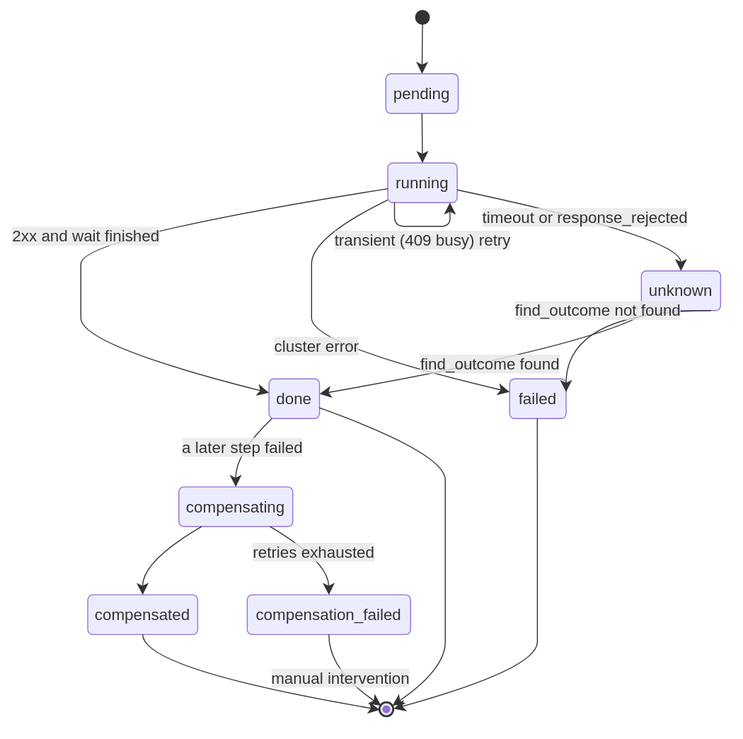
Above: docs/dr/diagrams/10-state-step.drawio.svg in EliShteinman/redis-enterprise-services (draw.io), before the change. Source tidied: cells renumbered, new cells last; positions are measured from the earlier drawing's top-left corner, leaving out a move shared by most shapes.
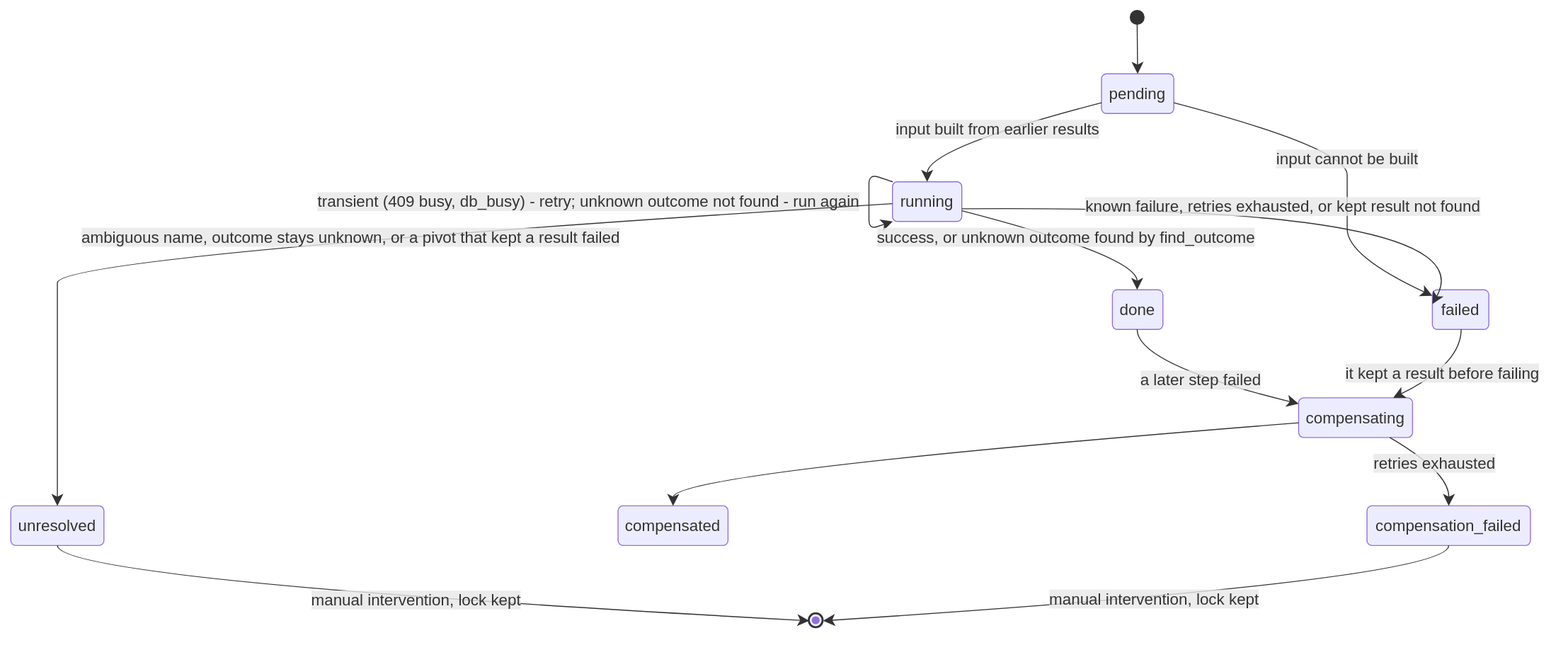
The same diagram one commit later.

Commit message:
docs(dr): components, classes, step and saga lifecycles redrawn from the built engine; step lifecycle source in saga.md matches the code

Change to the diagram source:
```diff
@@ -3,145 +3,129 @@
     <mxCell id="0" />
     <mxCell id="1" parent="0" />
     <mxCell id="2" style="ellipse;html=1;fillColor=light-dark(#333333,#cccccc);strokeColor=light-dark(#333333,#cccccc);fontColor=light-dark(#333333,#cccccc);fontFamily=Trebuchet MS,Verdana,Arial,sans-serif;fontSize=16;" parent="1" vertex="1">
-      <mxGeometry x="338" width="14" height="14" as="geometry" />
+      <mxGeometry x="1265" width="14" height="14" as="geometry" />
     </mxCell>
     <mxCell id="3" value="pending" style="rounded=1;absoluteArcSize=1;arcSize=10;html=1;whiteSpace=wrap;strokeWidth=1;fillColor=light-dark(#ECECFF,#1f2020);strokeColor=light-dark(#9370DB,#cccccc);fontColor=light-dark(#333333,#cccccc);fontFamily=Trebuchet MS,Verdana,Arial,sans-serif;fontSize=16;" parent="1" vertex="1">
-      <mxGeometry x="308" y="64" width="73" height="40" as="geometry" />
+      <mxGeometry x="1236" y="64" width="73" height="40" as="geometry" />
     </mxCell>
     <mxCell id="4" value="running" style="rounded=1;absoluteArcSize=1;arcSize=10;html=1;whiteSpace=wrap;strokeWidth=1;fillColor=light-dark(#ECECFF,#1f2020);strokeColor=light-dark(#9370DB,#cccccc);fontColor=light-dark(#333333,#cccccc);fontFamily=Trebuchet MS,Verdana,Arial,sans-serif;fontSize=16;" parent="1" vertex="1">
-      <mxGeometry x="310" y="154" width="70" height="40" as="geometry" />
+      <mxGeometry x="1025" y="173" width="70" height="40" as="geometry" />
     </mxCell>
-    <mxCell id="5" value="done" style="rounded=1;absoluteArcSize=1;arcSize=10;html=1;whiteSpace=wrap;strokeWidth=1;fillColor=light-dark(#ECECFF,#1f2020);strokeColor=light-dark(#9370DB,#cccccc);fontColor=light-dark(#333333,#cccccc);fontFamily=Trebuchet MS,Verdana,Arial,sans-serif;fontSize=16;" parent="1" vertex="1">
-      <mxGeometry x="190" y="372" width="51" height="40" as="geometry" />
+    <mxCell id="5" value="failed" style="rounded=1;absoluteArcSize=1;arcSize=10;html=1;whiteSpace=wrap;strokeWidth=1;fillColor=light-dark(#ECECFF,#1f2020);strokeColor=light-dark(#9370DB,#cccccc);fontColor=light-dark(#333333,#cccccc);fontFamily=Trebuchet MS,Verdana,Arial,sans-serif;fontSize=16;" parent="1" vertex="1">
+      <mxGeometry x="1570" y="282" width="57" height="40" as="geometry" />
     </mxCell>
-    <mxCell id="6" value="failed" style="rounded=1;absoluteArcSize=1;arcSize=10;html=1;whiteSpace=wrap;strokeWidth=1;fillColor=light-dark(#ECECFF,#1f2020);strokeColor=light-dark(#9370DB,#cccccc);fontColor=light-dark(#333333,#cccccc);fontFamily=Trebuchet MS,Verdana,Arial,sans-serif;fontSize=16;" parent="1" vertex="1">
-      <mxGeometry x="433" y="372" width="57" height="40" as="geometry" />
+    <mxCell id="6" value="done" style="rounded=1;absoluteArcSize=1;arcSize=10;html=1;whiteSpace=wrap;strokeWidth=1;fillColor=light-dark(#ECECFF,#1f2020);strokeColor=light-dark(#9370DB,#cccccc);fontColor=light-dark(#333333,#cccccc);fontFamily=Trebuchet MS,Verdana,Arial,sans-serif;fontSize=16;" parent="1" vertex="1">
+      <mxGeometry x="1247" y="282" width="51" height="40" as="geometry" />
     </mxCell>
-    <mxCell id="7" value="unknown" style="rounded=1;absoluteArcSize=1;arcSize=10;html=1;whiteSpace=wrap;strokeWidth=1;fillColor=light-dark(#ECECFF,#1f2020);strokeColor=light-dark(#9370DB,#cccccc);fontColor=light-dark(#333333,#cccccc);fontFamily=Trebuchet MS,Verdana,Arial,sans-serif;fontSize=16;" parent="1" vertex="1">
-      <mxGeometry x="566" y="263" width="80" height="40" as="geometry" />
+    <mxCell id="7" value="unresolved" style="rounded=1;absoluteArcSize=1;arcSize=10;html=1;whiteSpace=wrap;strokeWidth=1;fillColor=light-dark(#ECECFF,#1f2020);strokeColor=light-dark(#9370DB,#cccccc);fontColor=light-dark(#333333,#cccccc);fontFamily=Trebuchet MS,Verdana,Arial,sans-serif;fontSize=16;" parent="1" vertex="1">
+      <mxGeometry x="135" y="500" width="94" height="40" as="geometry" />
     </mxCell>
     <mxCell id="8" value="compensating" style="rounded=1;absoluteArcSize=1;arcSize=10;html=1;whiteSpace=wrap;strokeWidth=1;fillColor=light-dark(#ECECFF,#1f2020);strokeColor=light-dark(#9370DB,#cccccc);fontColor=light-dark(#333333,#cccccc);fontFamily=Trebuchet MS,Verdana,Arial,sans-serif;fontSize=16;" parent="1" vertex="1">
-      <mxGeometry x="99" y="481" width="115" height="40" as="geometry" />
+      <mxGeometry x="1435" y="391" width="115" height="40" as="geometry" />
     </mxCell>
     <mxCell id="9" value="compensated" style="rounded=1;absoluteArcSize=1;arcSize=10;html=1;whiteSpace=wrap;strokeWidth=1;fillColor=light-dark(#ECECFF,#1f2020);strokeColor=light-dark(#9370DB,#cccccc);fontColor=light-dark(#333333,#cccccc);fontFamily=Trebuchet MS,Verdana,Arial,sans-serif;fontSize=16;" parent="1" vertex="1">
-      <mxGeometry x="7" y="590" width="111" height="40" as="geometry" />
+      <mxGeometry x="748" y="500" width="111" height="40" as="geometry" />
     </mxCell>
     <mxCell id="10" value="compensation_failed" style="rounded=1;absoluteArcSize=1;arcSize=10;html=1;whiteSpace=wrap;strokeWidth=1;fillColor=light-dark(#ECECFF,#1f2020);strokeColor=light-dark(#9370DB,#cccccc);fontColor=light-dark(#333333,#cccccc);fontFamily=Trebuchet MS,Verdana,Arial,sans-serif;fontSize=16;" parent="1" vertex="1">
-      <mxGeometry x="168" y="590" width="165" height="40" as="geometry" />
+      <mxGeometry x="1504" y="500" width="165" height="40" as="geometry" />
     </mxCell>
     <mxCell id="11" style="ellipse;html=1;fillColor=light-dark(#ECECFF,#1f2020);strokeColor=light-dark(#333333,#cccccc);strokeWidth=2;centerRadius=4;centerColor=light-dark(#9370DB,#cccccc);fontColor=light-dark(#333333,#cccccc);fontFamily=Trebuchet MS,Verdana,Arial,sans-serif;fontSize=16;" parent="1" vertex="1">
-      <mxGeometry x="302" y="699" width="14" height="14" as="geometry" />
+      <mxGeometry x="941" y="609" width="14" height="14" as="geometry" />
     </mxCell>
     <mxCell id="12" style="curved=1;startArrow=none;endArrow=classic;endSize=9;fillColor=none;strokeColor=light-dark(#333333,#cccccc);exitX=0.5;exitY=1;entryX=0.5;entryY=0;" parent="1" edge="1" source="2" target="3">
       <mxGeometry relative="1" as="geometry" />
     </mxCell>
-    <mxCell id="13" style="curved=1;startArrow=none;endArrow=classic;endSize=9;fillColor=none;strokeColor=light-dark(#333333,#cccccc);exitX=0.5;exitY=1;entryX=0.5;entryY=0;" parent="1" edge="1" source="3" target="4">
-      <mxGeometry relative="1" as="geometry" />
+    <mxCell id="13" value="input built from earlier results" style="curved=1;startArrow=none;endArrow=classic;endSize=9;fillColor=none;strokeColor=light-dark(#333333,#cccccc);html=1;fontSize=16;labelBackgroundColor=#E8E8E88D;fontFamily=Trebuchet MS,Verdana,Arial,sans-serif;fontColor=light-dark(#333333,#cccccc);exitX=0;exitY=0.73;entryX=0.5;entryY=0;" parent="1" edge="1" source="3" target="4">
+      <mxGeometry relative="1" as="geometry">
+        <Array as="points">
+          <mxPoint x="1060" y="139" />
+        </Array>
+      </mxGeometry>
     </mxCell>
-    <mxCell id="14" value="2xx and wait finished" style="curved=1;startArrow=none;endArrow=classic;endSize=9;fillColor=none;strokeColor=light-dark(#333333,#cccccc);html=1;fontSize=16;labelBackgroundColor=#E8E8E88D;fontFamily=Trebuchet MS,Verdana,Arial,sans-serif;fontColor=light-dark(#333333,#cccccc);exitX=0;exitY=0.65;entryX=0;entryY=0.35;" parent="1" edge="1" source="4" target="5">
+    <mxCell id="14" value="input cannot be built" style="curved=1;startArrow=none;endArrow=classic;endSize=9;fillColor=none;strokeColor=light-dark(#333333,#cccccc);html=1;fontSize=16;labelBackgroundColor=#E8E8E88D;fontFamily=Trebuchet MS,Verdana,Arial,sans-serif;fontColor=light-dark(#333333,#cccccc);exitX=1;exitY=0.73;entryX=0;entryY=0.15;" parent="1" edge="1" source="3" target="5">
       <mxGeometry relative="1" as="geometry">
         <Array as="points">
-          <mxPoint y="229" />
-          <mxPoint y="283" />
-          <mxPoint y="338" />
+          <mxPoint x="1484" y="139" />
+          <mxPoint x="1484" y="193" />
+          <mxPoint x="1484" y="248" />
         </Array>
       </mxGeometry>
     </mxCell>
-    <mxCell id="15" value="cluster error" style="curved=1;startArrow=none;endArrow=classic;endSize=9;fillColor=none;strokeColor=light-dark(#333333,#cccccc);html=1;fontSize=16;labelBackgroundColor=#E8E8E88D;fontFamily=Trebuchet MS,Verdana,Arial,sans-serif;fontColor=light-dark(#333333,#cccccc);exitX=0;exitY=0.93;entryX=0;entryY=0.33;" parent="1" edge="1" source="4" target="6">
+    <mxCell id="15" value="transient (409 busy, db_busy) - retry; unknown outcome not found - run again" style="startArrow=none;endArrow=classic;endSize=9;fillColor=none;strokeColor=light-dark(#333333,#cccccc);html=1;fontSize=16;labelBackgroundColor=#E8E8E88D;fontFamily=Trebuchet MS,Verdana,Arial,sans-serif;fontColor=light-dark(#333333,#cccccc);curved=0;rounded=1;arcSize=20;exitX=0.004;exitY=0;entryX=0.004;entryY=1;" parent="1" edge="1" source="4" target="4">
       <mxGeometry relative="1" as="geometry">
         <Array as="points">
-          <mxPoint x="233" y="229" />
-          <mxPoint x="233" y="283" />
-          <mxPoint x="233" y="338" />
+          <mxPoint x="1001.2" y="165" />
+          <mxPoint x="1001.2" y="221" />
         </Array>
+        <mxPoint x="-283" as="offset" />
       </mxGeometry>
     </mxCell>
-    <mxCell id="16" value="transient (409 busy) retry" style="startArrow=none;endArrow=classic;endSize=9;fillColor=none;strokeColor=light-dark(#333333,#cccccc);html=1;fontSize=16;labelBackgroundColor=#E8E8E88D;fontFamily=Trebuchet MS,Verdana,Arial,sans-serif;fontColor=light-dark(#333333,#cccccc);curved=0;rounded=1;arcSize=20;exitX=0.096;exitY=1;entryX=0.896;entryY=1;" parent="1" edge="1" source="4" target="4">
+    <mxCell id="16" value="success, or unknown outcome found by find_outcome" style="curved=1;startArrow=none;endArrow=classic;endSize=9;fillColor=none;strokeColor=light-dark(#333333,#cccccc);html=1;fontSize=16;labelBackgroundColor=#E8E8E88D;fontFamily=Trebuchet MS,Verdana,Arial,sans-serif;fontColor=light-dark(#333333,#cccccc);exitX=1;exitY=0.73;entryX=0.49;entryY=0;" parent="1" edge="1" source="4" target="6">
       <mxGeometry relative="1" as="geometry">
         <Array as="points">
-          <mxPoint x="316.8" y="218" />
-          <mxPoint x="372.8" y="218" />
+          <mxPoint x="1272" y="248" />
         </Array>
-        <mxPoint y="14" as="offset" />
       </mxGeometry>
     </mxCell>
-    <mxCell id="17" value="timeout or response_rejected" style="curved=1;startArrow=none;endArrow=classic;endSize=9;fillColor=none;strokeColor=light-dark(#333333,#cccccc);html=1;fontSize=16;labelBackgroundColor=#E8E8E88D;fontFamily=Trebuchet MS,Verdana,Arial,sans-serif;fontColor=light-dark(#333333,#cccccc);exitX=1;exitY=0.68;entryX=0.5;entryY=0;" parent="1" edge="1" source="4" target="7">
+    <mxCell id="17" value="known failure, retries exhausted, or kept result not found" style="curved=1;startArrow=none;endArrow=classic;endSize=9;fillColor=none;strokeColor=light-dark(#333333,#cccccc);html=1;fontSize=16;labelBackgroundColor=#E8E8E88D;fontFamily=Trebuchet MS,Verdana,Arial,sans-serif;fontColor=light-dark(#333333,#cccccc);exitX=1;exitY=0.68;entryX=0;entryY=0.36;" parent="1" edge="1" source="4" target="5">
       <mxGeometry relative="1" as="geometry">
         <Array as="points">
-          <mxPoint x="606" y="229" />
+          <mxPoint x="1627" y="196" />
         </Array>
       </mxGeometry>
     </mxCell>
-    <mxCell id="18" value="find_outcome found" style="curved=1;startArrow=none;endArrow=classic;endSize=9;fillColor=none;strokeColor=light-dark(#333333,#cccccc);html=1;fontSize=16;labelBackgroundColor=#E8E8E88D;fontFamily=Trebuchet MS,Verdana,Arial,sans-serif;fontColor=light-dark(#333333,#cccccc);exitX=0.11;exitY=1;entryX=1;entryY=0.38;" parent="1" edge="1" source="7" target="5">
+    <mxCell id="18" value="ambiguous name, outcome stays unknown, or a pivot that kept a result failed" style="curved=1;startArrow=none;endArrow=classic;endSize=9;fillColor=none;strokeColor=light-dark(#333333,#cccccc);html=1;fontSize=16;labelBackgroundColor=#E8E8E88D;fontFamily=Trebuchet MS,Verdana,Arial,sans-serif;fontColor=light-dark(#333333,#cccccc);exitX=0;exitY=0.55;entryX=0.5;entryY=0;" parent="1" edge="1" source="4" target="7">
       <mxGeometry relative="1" as="geometry">
         <Array as="points">
-          <mxPoint x="522" y="338" />
+          <mxPoint x="182" y="248" />
+          <mxPoint x="182" y="302" />
+          <mxPoint x="182" y="357" />
+          <mxPoint x="182" y="411" />
+          <mxPoint x="182" y="466" />
         </Array>
       </mxGeometry>
     </mxCell>
-    <mxCell id="19" value="find_outcome not found" style="curved=1;startArrow=none;endArrow=classic;endSize=9;fillColor=none;strokeColor=light-dark(#333333,#cccccc);html=1;fontSize=16;labelBackgroundColor=#E8E8E88D;fontFamily=Trebuchet MS,Verdana,Arial,sans-serif;fontColor=light-dark(#333333,#cccccc);exitX=0.88;exitY=1;entryX=1;entryY=0.33;" parent="1" edge="1" source="7" target="6">
+    <mxCell id="19" value="a later step failed" style="curved=1;startArrow=none;endArrow=classic;endSize=9;fillColor=none;strokeColor=light-dark(#333333,#cccccc);html=1;fontSize=16;labelBackgroundColor=#E8E8E88D;fontFamily=Trebuchet MS,Verdana,Arial,sans-serif;fontColor=light-dark(#333333,#cccccc);exitX=0.49;exitY=1;entryX=0;entryY=0.15;" parent="1" edge="1" source="6" target="8">
       <mxGeometry relative="1" as="geometry">
         <Array as="points">
-          <mxPoint x="490" y="303" />
+          <mxPoint x="1272" y="357" />
         </Array>
       </mxGeometry>
     </mxCell>
-    <mxCell id="20" value="a later step failed" style="curved=1;startArrow=none;endArrow=classic;endSize=9;fillColor=none;strokeColor=light-dark(#333333,#cccccc);html=1;fontSize=16;labelBackgroundColor=#E8E8E88D;fontFamily=Trebuchet MS,Verdana,Arial,sans-serif;fontColor=light-dark(#333333,#cccccc);exitX=0.06;exitY=1;entryX=0.5;entryY=0;" parent="1" edge="1" source="5" target="8">
+    <mxCell id="20" value="it kept a result before failing" style="curved=1;startArrow=none;endArrow=classic;endSize=9;fillColor=none;strokeColor=light-dark(#333333,#cccccc);html=1;fontSize=16;labelBackgroundColor=#E8E8E88D;fontFamily=Trebuchet MS,Verdana,Arial,sans-serif;fontColor=light-dark(#333333,#cccccc);exitX=0.51;exitY=1;entryX=0.83;entryY=0;" parent="1" edge="1" source="5" target="8">
       <mxGeometry relative="1" as="geometry">
         <Array as="points">
-          <mxPoint x="156" y="447" />
+          <mxPoint x="1599" y="357" />
         </Array>
       </mxGeometry>
     </mxCell>
-    <mxCell id="21" style="curved=1;startArrow=none;endArrow=classic;endSize=9;fillColor=none;strokeColor=light-dark(#333333,#cccccc);exitX=0.2;exitY=1;entryX=0.5;entryY=0;" parent="1" edge="1" source="8" target="9">
+    <mxCell id="21" style="curved=1;startArrow=none;endArrow=classic;endSize=9;fillColor=none;strokeColor=light-dark(#333333,#cccccc);exitX=0;exitY=0.63;entryX=0.5;entryY=0;" parent="1" edge="1" source="8" target="9">
       <mxGeometry relative="1" as="geometry">
         <Array as="points">
-          <mxPoint x="62" y="556" />
+          <mxPoint x="804" y="466" />
         </Array>
       </mxGeometry>
     </mxCell>
     <mxCell id="22" value="retries exhausted" style="curved=1;startArrow=none;endArrow=classic;endSize=9;fillColor=none;strokeColor=light-dark(#333333,#cccccc);html=1;fontSize=16;labelBackgroundColor=#E8E8E88D;fontFamily=Trebuchet MS,Verdana,Arial,sans-serif;fontColor=light-dark(#333333,#cccccc);exitX=0.8;exitY=1;entryX=0.5;entryY=0;" parent="1" edge="1" source="8" target="10">
       <mxGeometry relative="1" as="geometry">
         <Array as="points">
-          <mxPoint x="250" y="556" />
+          <mxPoint x="1587" y="466" />
         </Array>
       </mxGeometry>
     </mxCell>
-    <mxCell id="23" style="curved=1;startArrow=none;endArrow=classic;endSize=9;fillColor=none;strokeColor=light-dark(#333333,#cccccc);exitX=0.5;exitY=1;entryX=0;entryY=0.43;" parent="1" edge="1" source="9" target="11">
+    <mxCell id="23" value="manual intervention, lock kept" style="curved=1;startArrow=none;endArrow=classic;endSize=9;fillColor=none;strokeColor=light-dark(#333333,#cccccc);html=1;fontSize=16;labelBackgroundColor=#E8E8E88D;fontFamily=Trebuchet MS,Verdana,Arial,sans-serif;fontColor=light-dark(#333333,#cccccc);exitX=0.5;exitY=1;entryX=0;entryY=0.5;" parent="1" edge="1" source="7" target="11">
       <mxGeometry relative="1" as="geometry">
         <Array as="points">
-          <mxPoint x="62" y="665" />
+          <mxPoint x="182" y="575" />
         </Array>
       </mxGeometry>
     </mxCell>
-    <mxCell id="24" style="curved=1;startArrow=none;endArrow=classic;endSize=9;fillColor=none;strokeColor=light-dark(#333333,#cccccc);exitX=1;exitY=0.73;entryX=1;entryY=0.14;" parent="1" edge="1" source="5" target="11">
+    <mxCell id="24" value="manual intervention, lock kept" style="curved=1;startArrow=none;endArrow=classic;endSize=9;fillColor=none;strokeColor=light-dark(#333333,#cccccc);html=1;fontSize=16;labelBackgroundColor=#E8E8E88D;fontFamily=Trebuchet MS,Verdana,Arial,sans-serif;fontColor=light-dark(#333333,#cccccc);exitX=0.5;exitY=1;entryX=1;entryY=0.5;" parent="1" edge="1" source="10" target="11">
       <mxGeometry relative="1" as="geometry">
         <Array as="points">
-          <mxPoint x="368" y="447" />
-          <mxPoint x="368" y="501" />
-          <mxPoint x="368" y="556" />
-          <mxPoint x="368" y="610" />
-          <mxPoint x="368" y="665" />
+          <mxPoint x="1587" y="575" />
         </Array>
       </mxGeometry>
     </mxCell>
-    <mxCell id="25" style="curved=1;startArrow=none;endArrow=classic;endSize=9;fillColor=none;strokeColor=light-dark(#333333,#cccccc);exitX=0.49;exitY=1;entryX=1;entryY=0.36;" parent="1" edge="1" source="6" target="11">
-      <mxGeometry relative="1" as="geometry">
-        <Array as="points">
-          <mxPoint x="461" y="447" />
-          <mxPoint x="461" y="501" />
-          <mxPoint x="461" y="556" />
-          <mxPoint x="461" y="610" />
-          <mxPoint x="461" y="665" />
-        </Array>
-      </mxGeometry>
-    </mxCell>
-    <mxCell id="26" value="manual intervention" style="curved=1;startArrow=none;endArrow=classic;endSize=9;fillColor=none;strokeColor=light-dark(#333333,#cccccc);html=1;fontSize=16;labelBackgroundColor=#E8E8E88D;fontFamily=Trebuchet MS,Verdana,Arial,sans-serif;fontColor=light-dark(#333333,#cccccc);exitX=0.5;exitY=1;entryX=0;entryY=0.14;" parent="1" edge="1" source="10" target="11">
-      <mxGeometry relative="1" as="geometry">
-        <Array as="points">
-          <mxPoint x="250" y="665" />
-        </Array>
-      </mxGeometry>
-    </mxCell>
   </root>
 </mxGraphModel>
```
